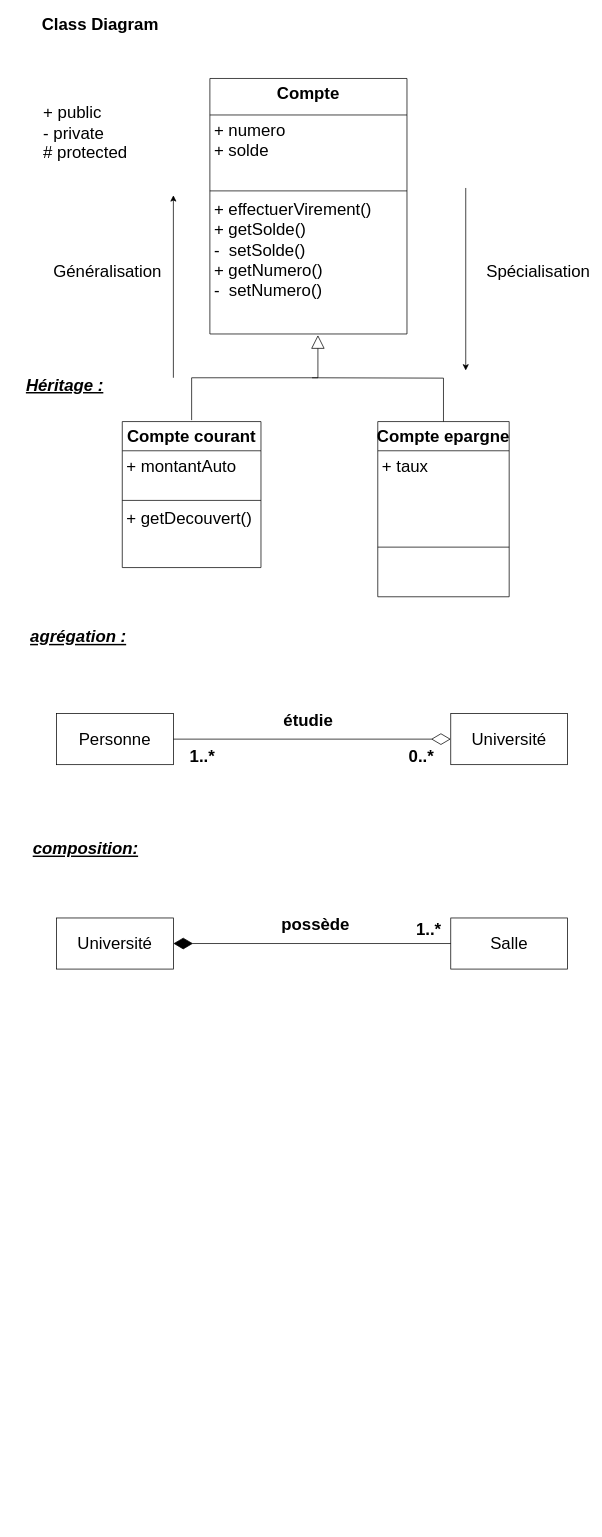
This is page "Class" (2 of 3) of Diagram.drawio from yahyamallak/UML, a draw.io file, before an edit. Source tidied: cells renumbered, new cells numbered last; positions are measured from the earlier drawing's top-left corner, leaving out a move shared by most shapes. Both pictures are drawn from the tidied source at 73%, with x=0, y=0 at pixel (12, 12).
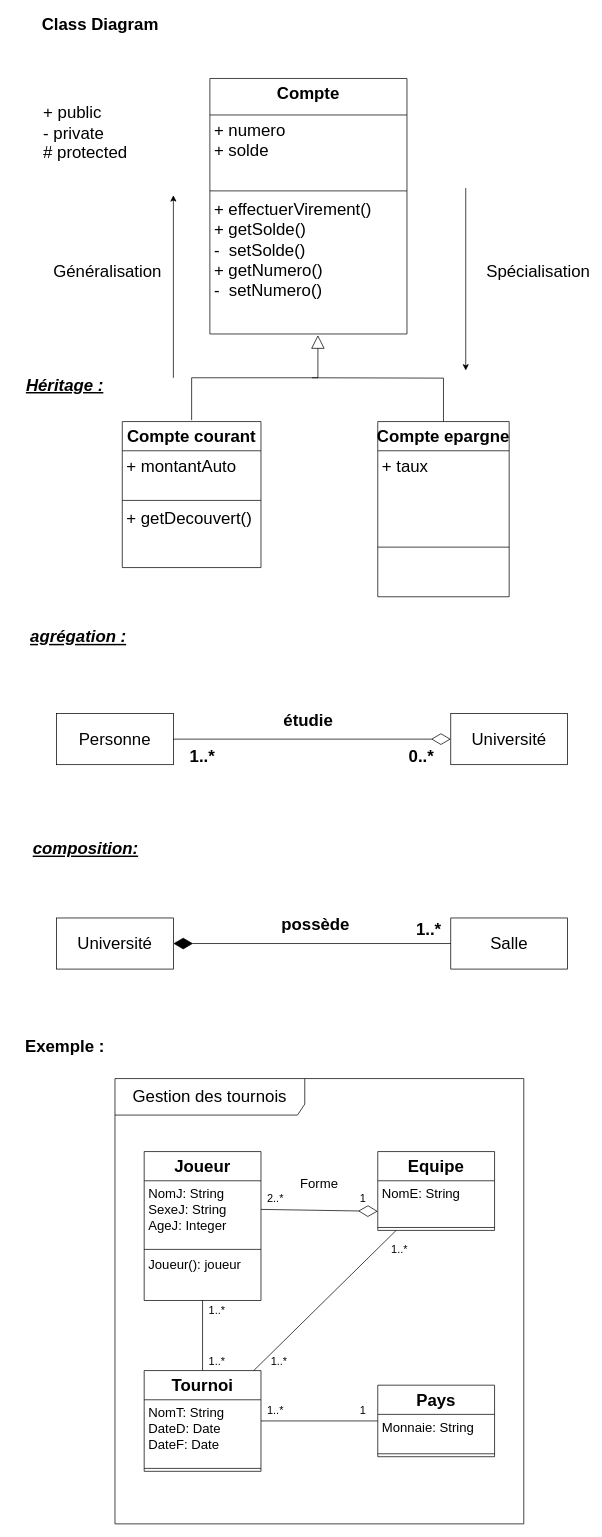
The same diagram, later.

What changed in the source:
```diff
@@
+    <mxCell id="40" value="Exemple :" style="text;align=center;fontStyle=1;verticalAlign=middle;spacingLeft=3;spacingRight=3;strokeColor=none;fontSize=23;" parent="1" vertex="1">
+      <mxGeometry x="31.5" y="1400" width="80" height="26" as="geometry" />
+    </mxCell>
+    <mxCell id="41" value="Gestion des tournois" style="shape=umlFrame;whiteSpace=wrap;html=1;fontSize=23;width=260;height=50;" parent="1" vertex="1">
+      <mxGeometry x="140" y="1460" width="560" height="610" as="geometry" />
+    </mxCell>
+    <mxCell id="42" value="Joueur" style="swimlane;fontStyle=1;align=center;verticalAlign=top;horizontal=1;startSize=40;fontSize=23;" parent="1" vertex="1">
+      <mxGeometry x="180" y="1560" width="160" height="204" as="geometry" />
+    </mxCell>
+    <mxCell id="43" value="NomJ: String&#10;SexeJ: String&#10;AgeJ: Integer" style="text;strokeColor=none;fillColor=none;align=left;verticalAlign=top;spacingLeft=4;spacingRight=4;overflow=hidden;fontSize=18;" parent="42" vertex="1">
+      <mxGeometry y="40" width="160" height="90" as="geometry" />
+    </mxCell>
+    <mxCell id="44" style="line;strokeWidth=1;fillColor=none;align=left;verticalAlign=middle;spacingTop=-1;spacingLeft=3;spacingRight=3;labelPosition=right;fontSize=23;" parent="42" vertex="1">
+      <mxGeometry y="130" width="160" height="8" as="geometry" />
+    </mxCell>
+    <mxCell id="45" value="Joueur(): joueur" style="text;strokeColor=none;fillColor=none;align=left;verticalAlign=top;spacingLeft=4;spacingRight=4;overflow=hidden;fontSize=18;" parent="42" vertex="1">
+      <mxGeometry y="138" width="160" height="66" as="geometry" />
+    </mxCell>
+    <mxCell id="46" value="Equipe" style="swimlane;fontStyle=1;align=center;verticalAlign=top;horizontal=1;startSize=40;fontSize=23;" parent="1" vertex="1">
+      <mxGeometry x="500" y="1560" width="160" height="108" as="geometry" />
+    </mxCell>
+    <mxCell id="47" value="NomE: String" style="text;strokeColor=none;fillColor=none;align=left;verticalAlign=top;spacingLeft=4;spacingRight=4;overflow=hidden;fontSize=18;" parent="46" vertex="1">
+      <mxGeometry y="40" width="160" height="60" as="geometry" />
+    </mxCell>
+    <mxCell id="48" style="line;strokeWidth=1;fillColor=none;align=left;verticalAlign=middle;spacingTop=-1;spacingLeft=3;spacingRight=3;labelPosition=right;fontSize=23;" parent="46" vertex="1">
+      <mxGeometry y="100" width="160" height="8" as="geometry" />
+    </mxCell>
+    <mxCell id="49" value="Tournoi" style="swimlane;fontStyle=1;align=center;verticalAlign=top;horizontal=1;startSize=40;fontSize=23;" parent="1" vertex="1">
+      <mxGeometry x="180" y="1860" width="160" height="138" as="geometry" />
+    </mxCell>
+    <mxCell id="50" value="NomT: String&#10;DateD: Date&#10;DateF: Date" style="text;strokeColor=none;fillColor=none;align=left;verticalAlign=top;spacingLeft=4;spacingRight=4;overflow=hidden;fontSize=18;" parent="49" vertex="1">
+      <mxGeometry y="40" width="160" height="90" as="geometry" />
+    </mxCell>
+    <mxCell id="51" style="line;strokeWidth=1;fillColor=none;align=left;verticalAlign=middle;spacingTop=-1;spacingLeft=3;spacingRight=3;labelPosition=right;fontSize=23;" parent="49" vertex="1">
+      <mxGeometry y="130" width="160" height="8" as="geometry" />
+    </mxCell>
+    <mxCell id="52" value="Pays" style="swimlane;fontStyle=1;align=center;verticalAlign=top;horizontal=1;startSize=40;fontSize=23;" parent="1" vertex="1">
+      <mxGeometry x="500" y="1880" width="160" height="98" as="geometry" />
+    </mxCell>
+    <mxCell id="53" value="Monnaie: String" style="text;strokeColor=none;fillColor=none;align=left;verticalAlign=top;spacingLeft=4;spacingRight=4;overflow=hidden;fontSize=18;" parent="52" vertex="1">
+      <mxGeometry y="40" width="160" height="50" as="geometry" />
+    </mxCell>
+    <mxCell id="54" style="line;strokeWidth=1;fillColor=none;align=left;verticalAlign=middle;spacingTop=-1;spacingLeft=3;spacingRight=3;labelPosition=right;fontSize=23;" parent="52" vertex="1">
+      <mxGeometry y="90" width="160" height="8" as="geometry" />
+    </mxCell>
+    <mxCell id="55" style="endArrow=diamondThin;endFill=0;endSize=24;html=1;rounded=0;fontSize=23;elbow=vertical;jumpStyle=none;" parent="1" edge="1">
+      <mxGeometry relative="1" as="geometry">
+        <mxPoint x="340" y="1639.2" as="sourcePoint" />
+        <mxPoint x="500" y="1641.8" as="targetPoint" />
+      </mxGeometry>
+    </mxCell>
+    <mxCell id="56" value="Forme" style="text;align=center;fontStyle=0;verticalAlign=middle;spacingLeft=3;spacingRight=3;strokeColor=none;fontSize=18;" parent="1" vertex="1">
+      <mxGeometry x="380" y="1590" width="80" height="26" as="geometry" />
+    </mxCell>
+    <mxCell id="57" value="1" style="text;align=center;fontStyle=0;verticalAlign=middle;spacingLeft=3;spacingRight=3;strokeColor=none;fontSize=15;" parent="1" vertex="1">
+      <mxGeometry x="440" y="1610" width="80" height="26" as="geometry" />
+    </mxCell>
+    <mxCell id="58" value="2..*" style="text;align=center;fontStyle=0;verticalAlign=middle;spacingLeft=3;spacingRight=3;strokeColor=none;fontSize=15;" parent="1" vertex="1">
+      <mxGeometry x="320" y="1610" width="80" height="26" as="geometry" />
+    </mxCell>
+    <mxCell id="59" style="endArrow=none;html=1;rounded=0;fontSize=15;elbow=vertical;jumpStyle=none;" parent="1" edge="1" source="49" target="52">
+      <mxGeometry relative="1" as="geometry" />
+    </mxCell>
+    <mxCell id="60" value="1" style="text;align=center;fontStyle=0;verticalAlign=middle;spacingLeft=3;spacingRight=3;strokeColor=none;fontSize=15;" parent="1" vertex="1">
+      <mxGeometry x="440" y="1901" width="80" height="26" as="geometry" />
+    </mxCell>
+    <mxCell id="61" value="1..*" style="text;align=center;fontStyle=0;verticalAlign=middle;spacingLeft=3;spacingRight=3;strokeColor=none;fontSize=15;" parent="1" vertex="1">
+      <mxGeometry x="320" y="1901" width="80" height="26" as="geometry" />
+    </mxCell>
+    <mxCell id="62" style="endArrow=none;html=1;rounded=0;fontSize=18;elbow=vertical;jumpStyle=none;" parent="1" edge="1" source="49" target="42">
+      <mxGeometry relative="1" as="geometry" />
+    </mxCell>
+    <mxCell id="63" style="endArrow=none;html=1;rounded=0;fontSize=18;elbow=vertical;jumpStyle=none;" parent="1" edge="1" source="49" target="46">
+      <mxGeometry relative="1" as="geometry" />
+    </mxCell>
+    <mxCell id="64" value="1..*" style="text;align=center;fontStyle=0;verticalAlign=middle;spacingLeft=3;spacingRight=3;strokeColor=none;fontSize=15;" parent="1" vertex="1">
+      <mxGeometry x="240" y="1764" width="80" height="26" as="geometry" />
+    </mxCell>
+    <mxCell id="65" value="1..*" style="text;align=center;fontStyle=0;verticalAlign=middle;spacingLeft=3;spacingRight=3;strokeColor=none;fontSize=15;" parent="1" vertex="1">
+      <mxGeometry x="240" y="1834" width="80" height="26" as="geometry" />
+    </mxCell>
+    <mxCell id="66" value="1..*" style="text;align=center;fontStyle=0;verticalAlign=middle;spacingLeft=3;spacingRight=3;strokeColor=none;fontSize=15;" parent="1" vertex="1">
+      <mxGeometry x="490" y="1680" width="80" height="26" as="geometry" />
+    </mxCell>
+    <mxCell id="67" value="1..*" style="text;align=center;fontStyle=0;verticalAlign=middle;spacingLeft=3;spacingRight=3;strokeColor=none;fontSize=15;" parent="1" vertex="1">
+      <mxGeometry x="325" y="1834" width="80" height="26" as="geometry" />
+    </mxCell>
```
